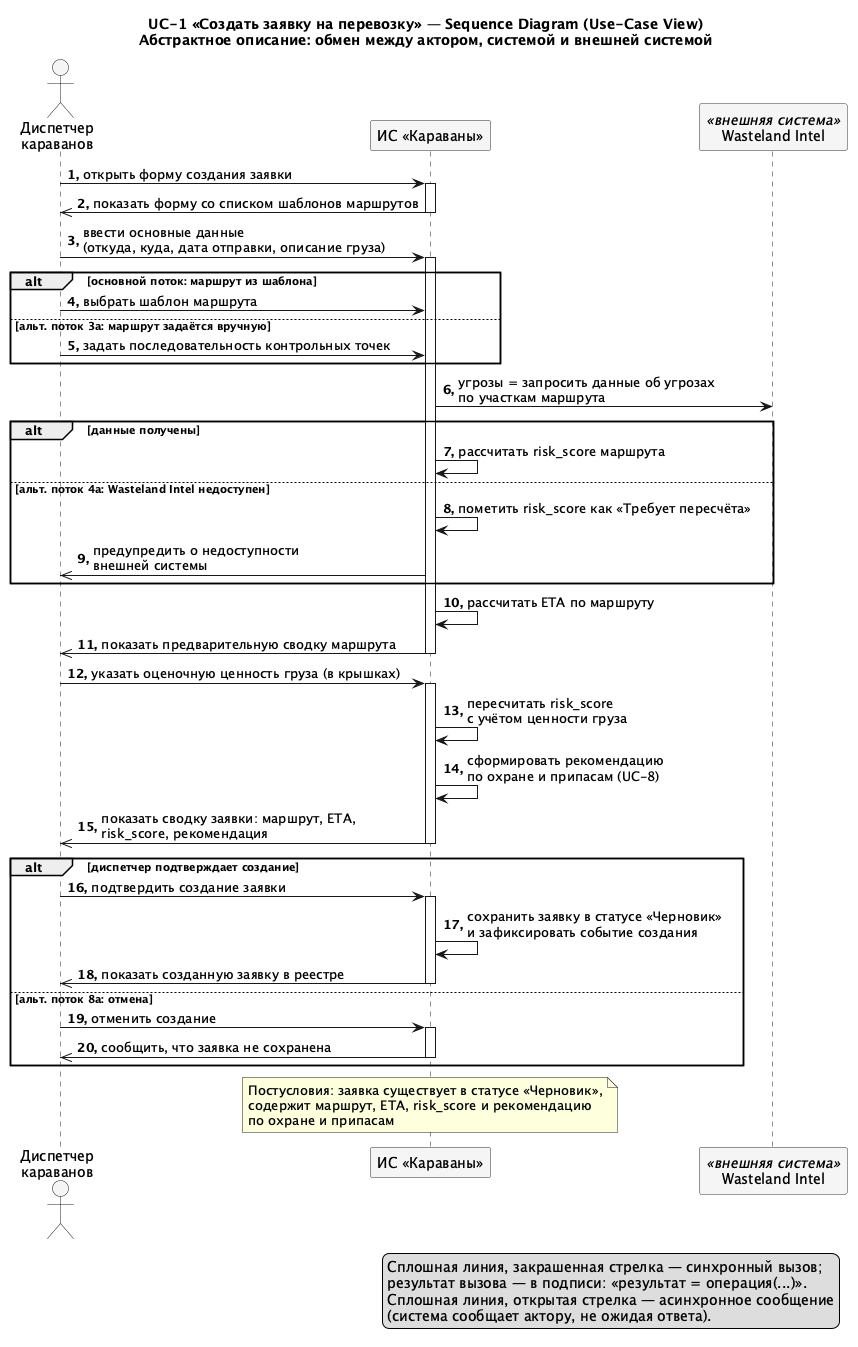
This is docs/diagrams/out/SEQ_UC1_UseCaseView.png from granikartem/MPI, a PlantUML export, as it was before one commit.
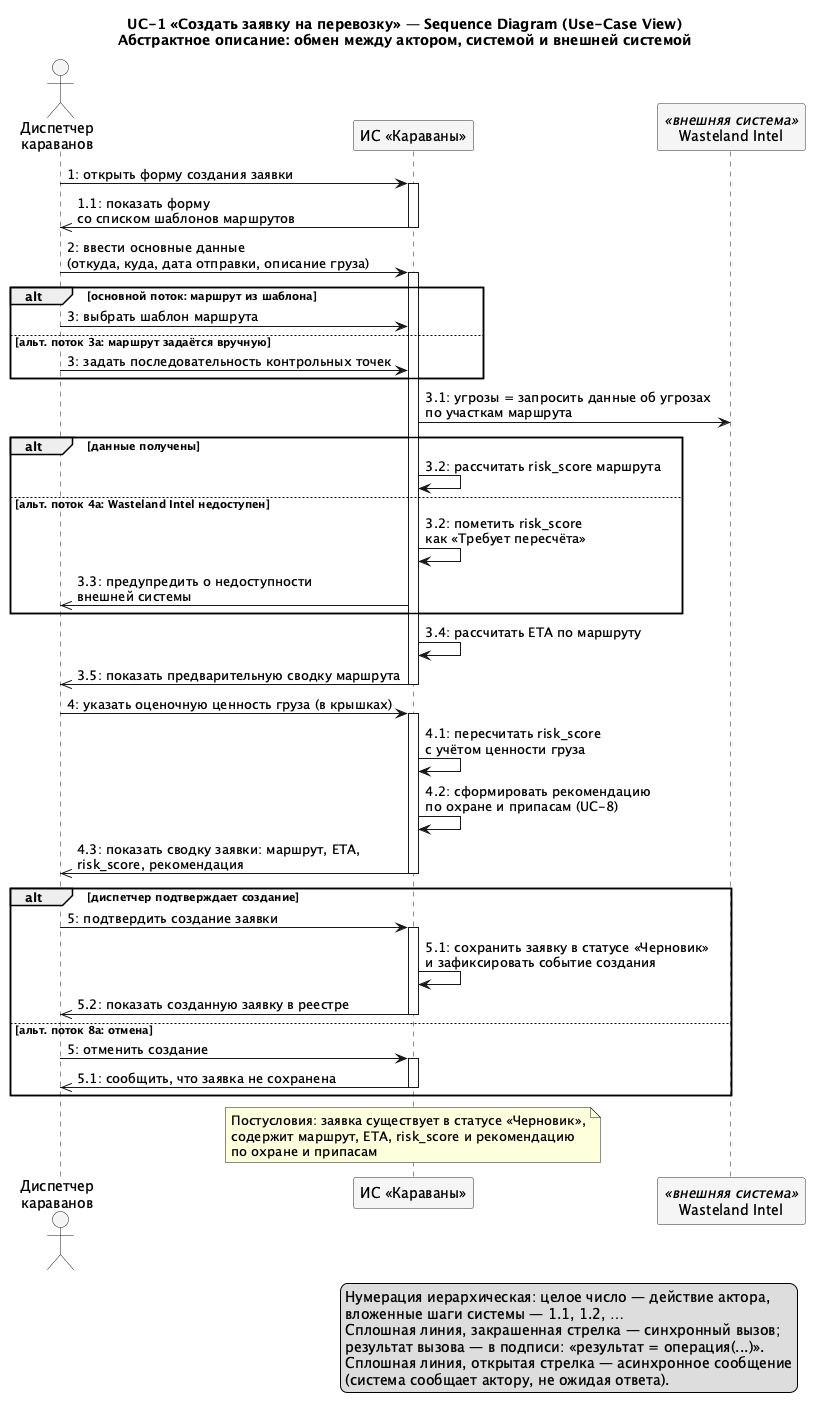
The same file after the commit.

What changed in the source:
```diff
@@ -11,51 +11,50 @@
 participant "ИС «Караваны»" as S
 participant "Wasteland Intel" as WI <<внешняя система>>
 
-autonumber "<b>0."
-D -> S : открыть форму создания заявки
+D -> S : 1: открыть форму создания заявки
 activate S
-S ->> D : показать форму со списком шаблонов маршрутов
+S ->> D : 1.1: показать форму\nсо списком шаблонов маршрутов
 deactivate S
 
-D -> S : ввести основные данные\n(откуда, куда, дата отправки, описание груза)
+D -> S : 2: ввести основные данные\n(откуда, куда, дата отправки, описание груза)
 activate S
 
 alt основной поток: маршрут из шаблона
-  D -> S : выбрать шаблон маршрута
+  D -> S : 3: выбрать шаблон маршрута
 else альт. поток 3а: маршрут задаётся вручную
-  D -> S : задать последовательность контрольных точек
+  D -> S : 3: задать последовательность контрольных точек
 end
 
-S -> WI : угрозы = запросить данные об угрозах\nпо участкам маршрута
+S -> WI : 3.1: угрозы = запросить данные об угрозах\nпо участкам маршрута
 
 alt данные получены
-  S -> S : рассчитать risk_score маршрута
+  S -> S : 3.2: рассчитать risk_score маршрута
 else альт. поток 4а: Wasteland Intel недоступен
-  S -> S : пометить risk_score как «Требует пересчёта»
-  S ->> D : предупредить о недоступности\nвнешней системы
+  S -> S : 3.2: пометить risk_score\nкак «Требует пересчёта»
+  S ->> D : 3.3: предупредить о недоступности\nвнешней системы
 end
 
-S -> S : рассчитать ETA по маршруту
-S ->> D : показать предварительную сводку маршрута
+S -> S : 3.4: рассчитать ETA по маршруту
+S ->> D : 3.5: показать предварительную сводку маршрута
 deactivate S
 
-D -> S : указать оценочную ценность груза (в крышках)
+D -> S : 4: указать оценочную ценность груза (в крышках)
 activate S
-S -> S : пересчитать risk_score\nс учётом ценности груза
-S -> S : сформировать рекомендацию\nпо охране и припасам (UC-8)
-S ->> D : показать сводку заявки: маршрут, ETA,\nrisk_score, рекомендация
+S -> S : 4.1: пересчитать risk_score\nс учётом ценности груза
+S -> S : 4.2: сформировать рекомендацию\nпо охране и припасам (UC-8)
+S ->> D : 4.3: показать сводку заявки: маршрут, ETA,\nrisk_score, рекомендация
 deactivate S
 
 alt диспетчер подтверждает создание
-  D -> S : подтвердить создание заявки
+  D -> S : 5: подтвердить создание заявки
   activate S
-  S -> S : сохранить заявку в статусе «Черновик»\nи зафиксировать событие создания
-  S ->> D : показать созданную заявку в реестре
+  S -> S : 5.1: сохранить заявку в статусе «Черновик»\nи зафиксировать событие создания
+  S ->> D : 5.2: показать созданную заявку в реестре
   deactivate S
 else альт. поток 8а: отмена
-  D -> S : отменить создание
+  D -> S : 5: отменить создание
   activate S
-  S ->> D : сообщить, что заявка не сохранена
+  S ->> D : 5.1: сообщить, что заявка не сохранена
   deactivate S
 end
 
@@ -66,6 +65,8 @@
 end note
 
 legend right
+  Нумерация иерархическая: целое число — действие актора,
+  вложенные шаги системы — 1.1, 1.2, …
   Сплошная линия, закрашенная стрелка — синхронный вызов;
   результат вызова — в подписи: «результат = операция(...)».
   Сплошная линия, открытая стрелка — асинхронное сообщение
```
